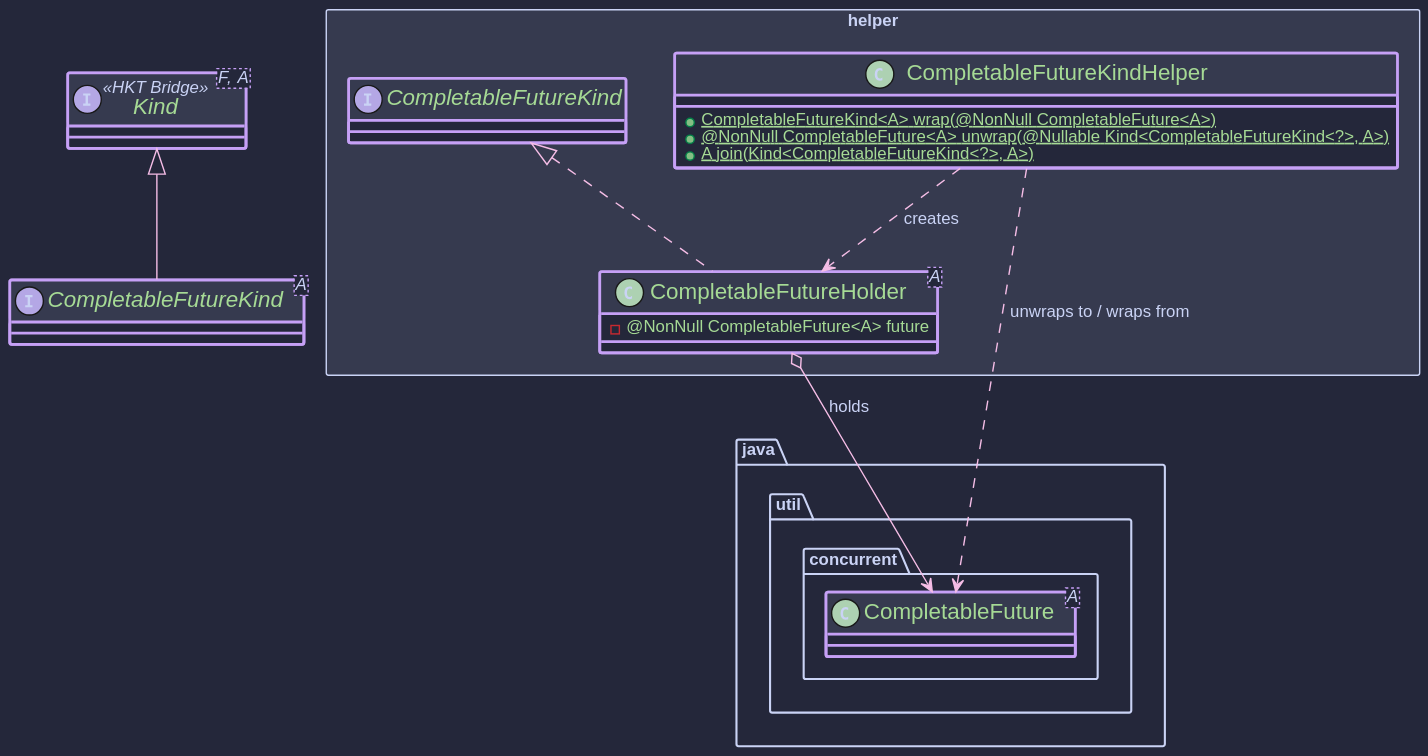
Above: hkj-book/src/images/puml/cf_kind.svg in higher-kinded-j/higher-kinded-j (PlantUML), before the change. Its diagram source:
```plantuml
@startuml
!include https://raw.githubusercontent.com/ncosta-ic/catppuccin-macchiato-plantuml-theme/main/theme.puml


interface Kind<F, A> <<HKT Bridge>>

interface CompletableFutureKind<A> extends Kind<CompletableFutureKind<?>, A> {
}

class java.util.concurrent.CompletableFuture<A> {
}

package helper <<Rectangle>> {
  class CompletableFutureKindHelper {
    + {static} CompletableFutureKind<A> wrap(@NonNull CompletableFuture<A>)
    + {static} @NonNull CompletableFuture<A> unwrap(@Nullable Kind<CompletableFutureKind<?>, A>)
    + {static} A join(Kind<CompletableFutureKind<?>, A>)
  }

  class CompletableFutureHolder<A> implements CompletableFutureKind<A> {
    - @NonNull CompletableFuture<A> future
  }

  CompletableFutureKindHelper ..> CompletableFutureHolder : creates
  CompletableFutureKindHelper ..> CompletableFuture : unwraps to / wraps from
  CompletableFutureHolder o--> CompletableFuture : holds
}
@enduml
```
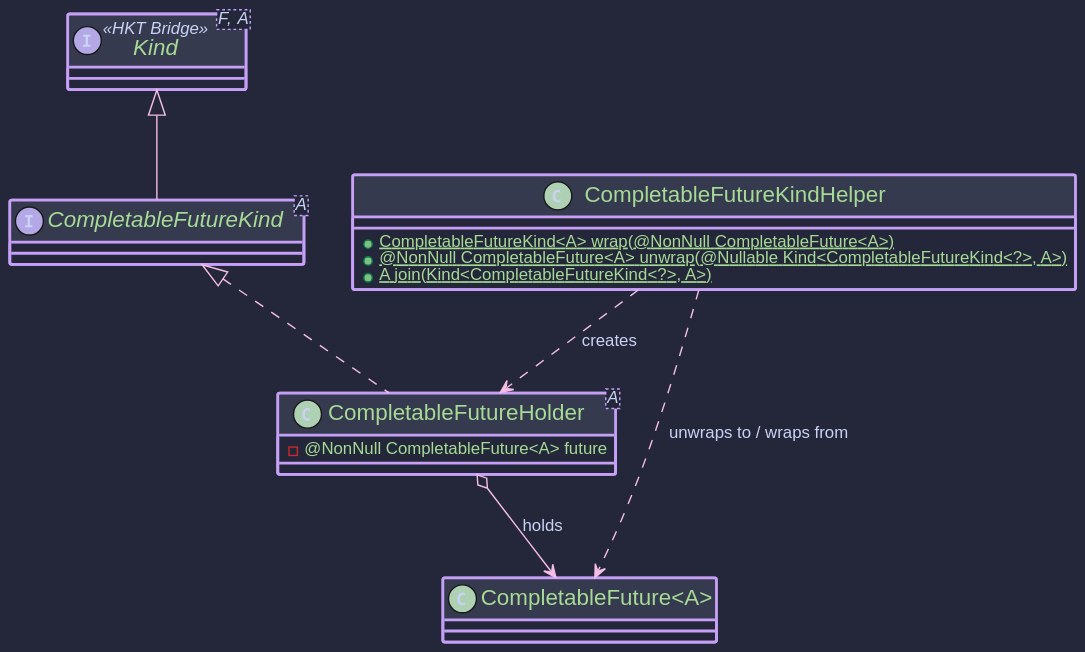
Later version of the same file.

Change to the diagram source:
```diff
@@ -4,13 +4,13 @@
 
 interface Kind<F, A> <<HKT Bridge>>
 
-interface CompletableFutureKind<A> extends Kind<CompletableFutureKind<?>, A> {
+interface CompletableFutureKind<A> extends Kind<CompletableFutureKind.Witness, A> {
 }
 
-class java.util.concurrent.CompletableFuture<A> {
+class "CompletableFuture<A>" {
 }
 
-package helper <<Rectangle>> {
+
   class CompletableFutureKindHelper {
     + {static} CompletableFutureKind<A> wrap(@NonNull CompletableFuture<A>)
     + {static} @NonNull CompletableFuture<A> unwrap(@Nullable Kind<CompletableFutureKind<?>, A>)
@@ -22,7 +22,6 @@
   }
 
   CompletableFutureKindHelper ..> CompletableFutureHolder : creates
-  CompletableFutureKindHelper ..> CompletableFuture : unwraps to / wraps from
-  CompletableFutureHolder o--> CompletableFuture : holds
-}
+  CompletableFutureKindHelper ..> "CompletableFuture<A>" : unwraps to / wraps from
+  CompletableFutureHolder o--> "CompletableFuture<A>" : holds
 @enduml
```
